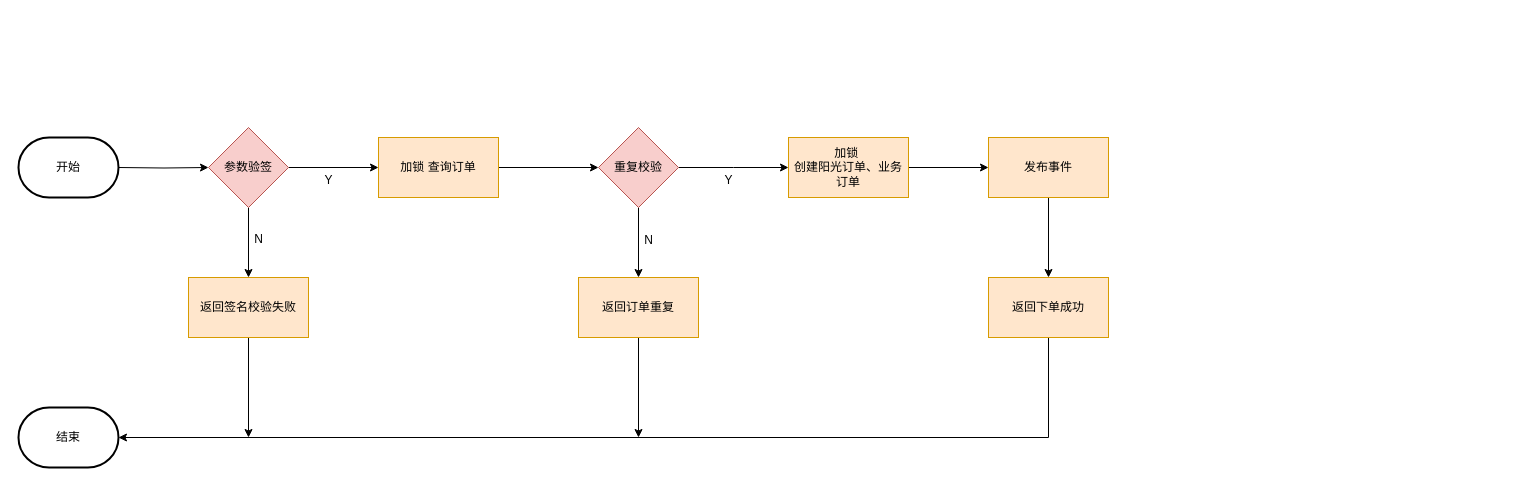
Before: 阳光下单概设.drawio in Jie33/draw, a draw.io diagram. Source tidied: cells renumbered, new cells numbered last; positions are measured from the earlier drawing's top-left corner, leaving out a move shared by most shapes. Both pictures are drawn from the tidied source at 100%, with x=0, y=0 at pixel (18, 127).
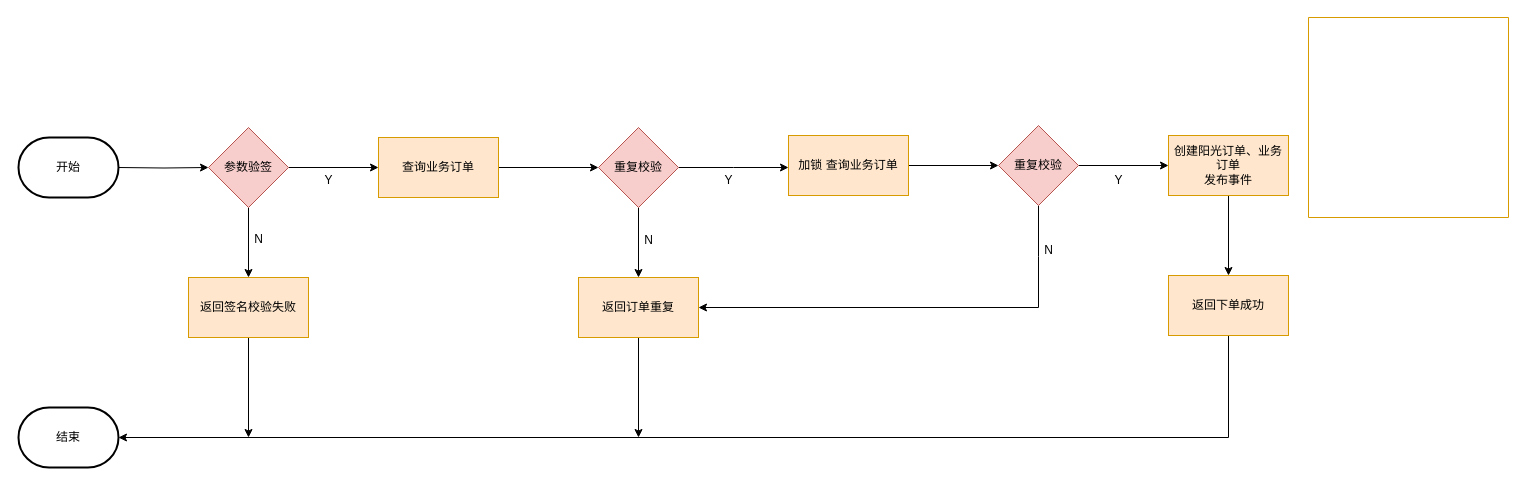
The same page after the edit.

Commit message:
更新阳光下单概设.drawio

The change refers to these unchanged cells:
```xml
<mxCell id="13" value="返回订单重复" style="rounded=0;whiteSpace=wrap;html=1;fillColor=#ffe6cc;strokeColor=#d79b00;" parent="1" vertex="1">
  <mxGeometry x="560" y="150" width="120" height="60" as="geometry" />
</mxCell>
```

Diff of the diagram source:
```diff
@@
-    <mxCell id="7" value="加锁 查询订单" style="rounded=0;whiteSpace=wrap;html=1;fillColor=#ffe6cc;strokeColor=#d79b00;" parent="1" vertex="1">
+    <mxCell id="7" value="查询业务订单" style="rounded=0;whiteSpace=wrap;html=1;fillColor=#ffe6cc;strokeColor=#d79b00;" parent="1" vertex="1">
       <mxGeometry x="360" y="10" width="120" height="60" as="geometry" />
     </mxCell>
@@
-    <mxCell id="15" style="rounded=0;jettySize=auto;html=1;" parent="1" edge="1" source="16" target="20">
-      <mxGeometry relative="1" as="geometry" />
-    </mxCell>
+    <mxCell id="27" style="edgeStyle=orthogonalEdgeStyle;rounded=0;jettySize=auto;html=1;" parent="1" edge="1" source="16" target="30">
+      <mxGeometry relative="1" as="geometry" />
+    </mxCell>
-    <mxCell id="16" value="加锁&amp;nbsp;&lt;div&gt;创建阳光订单&lt;span style=&quot;background-color: initial;&quot;&gt;、业务订单&lt;/span&gt;&lt;/div&gt;" style="rounded=0;whiteSpace=wrap;html=1;fillColor=#ffe6cc;strokeColor=#d79b00;" parent="1" vertex="1">
-      <mxGeometry x="770" y="10" width="120" height="60" as="geometry" />
+    <mxCell id="16" value="加锁 查询业务订单" style="rounded=0;whiteSpace=wrap;html=1;fillColor=#ffe6cc;strokeColor=#d79b00;" parent="1" vertex="1">
+      <mxGeometry x="770" y="8" width="120" height="60" as="geometry" />
     </mxCell>
@@
-    <mxCell id="20" value="发布事件" style="whiteSpace=wrap;html=1;fillColor=#ffe6cc;strokeColor=#d79b00;rounded=0;" parent="1" vertex="1">
-      <mxGeometry x="970" y="10" width="120" height="60" as="geometry" />
+    <mxCell id="20" value="&lt;div&gt;创建阳光订单&lt;span style=&quot;background-color: initial;&quot;&gt;、业务订单&lt;/span&gt;&lt;br&gt;&lt;/div&gt;发布事件" style="whiteSpace=wrap;html=1;fillColor=#ffe6cc;strokeColor=#d79b00;rounded=0;" parent="1" vertex="1">
+      <mxGeometry x="1150" y="8" width="120" height="60" as="geometry" />
     </mxCell>
@@
     <mxCell id="22" value="返回下单成功" style="rounded=0;whiteSpace=wrap;html=1;fillColor=#ffe6cc;strokeColor=#d79b00;" parent="1" vertex="1">
-      <mxGeometry x="970" y="150" width="120" height="60" as="geometry" />
+      <mxGeometry x="1150" y="148" width="120" height="60" as="geometry" />
     </mxCell>
@@
+    <mxCell id="28" style="edgeStyle=orthogonalEdgeStyle;rounded=0;jettySize=auto;html=1;" parent="1" edge="1" source="30" target="20">
+      <mxGeometry relative="1" as="geometry" />
+    </mxCell>
+    <mxCell id="29" style="edgeStyle=orthogonalEdgeStyle;rounded=0;jettySize=auto;html=1;endArrow=none;endFill=0;" parent="1" edge="1" source="30">
+      <mxGeometry relative="1" as="geometry">
+        <mxPoint x="1020" y="180" as="targetPoint" />
+      </mxGeometry>
+    </mxCell>
+    <mxCell id="30" value="重复校验" style="rhombus;whiteSpace=wrap;html=1;fillColor=#f8cecc;strokeColor=#b85450;" parent="1" vertex="1">
+      <mxGeometry x="980" y="-2" width="80" height="80" as="geometry" />
+    </mxCell>
+    <mxCell id="31" style="swimlane;startSize=0;fillColor=#ffe6cc;strokeColor=#d79b00;" parent="1" vertex="1">
+      <mxGeometry x="1290" y="-110" width="200" height="200" as="geometry" />
+    </mxCell>
+    <mxCell id="32" style="endArrow=classic;html=1;rounded=0;entryX=1;entryY=0.5;entryDx=0;entryDy=0;" parent="1" edge="1" target="13">
+      <mxGeometry relative="1" as="geometry">
+        <mxPoint x="1020" y="180" as="sourcePoint" />
+      </mxGeometry>
+    </mxCell>
+    <mxCell id="33" value="Y" style="text;html=1;align=center;verticalAlign=middle;strokeColor=none;fillColor=none;" parent="1" vertex="1">
+      <mxGeometry x="1085" y="38" width="30" height="30" as="geometry" />
+    </mxCell>
+    <mxCell id="34" value="N" style="text;html=1;align=center;verticalAlign=middle;strokeColor=none;fillColor=none;" parent="1" vertex="1">
+      <mxGeometry x="1015" y="108" width="30" height="30" as="geometry" />
+    </mxCell>
```
